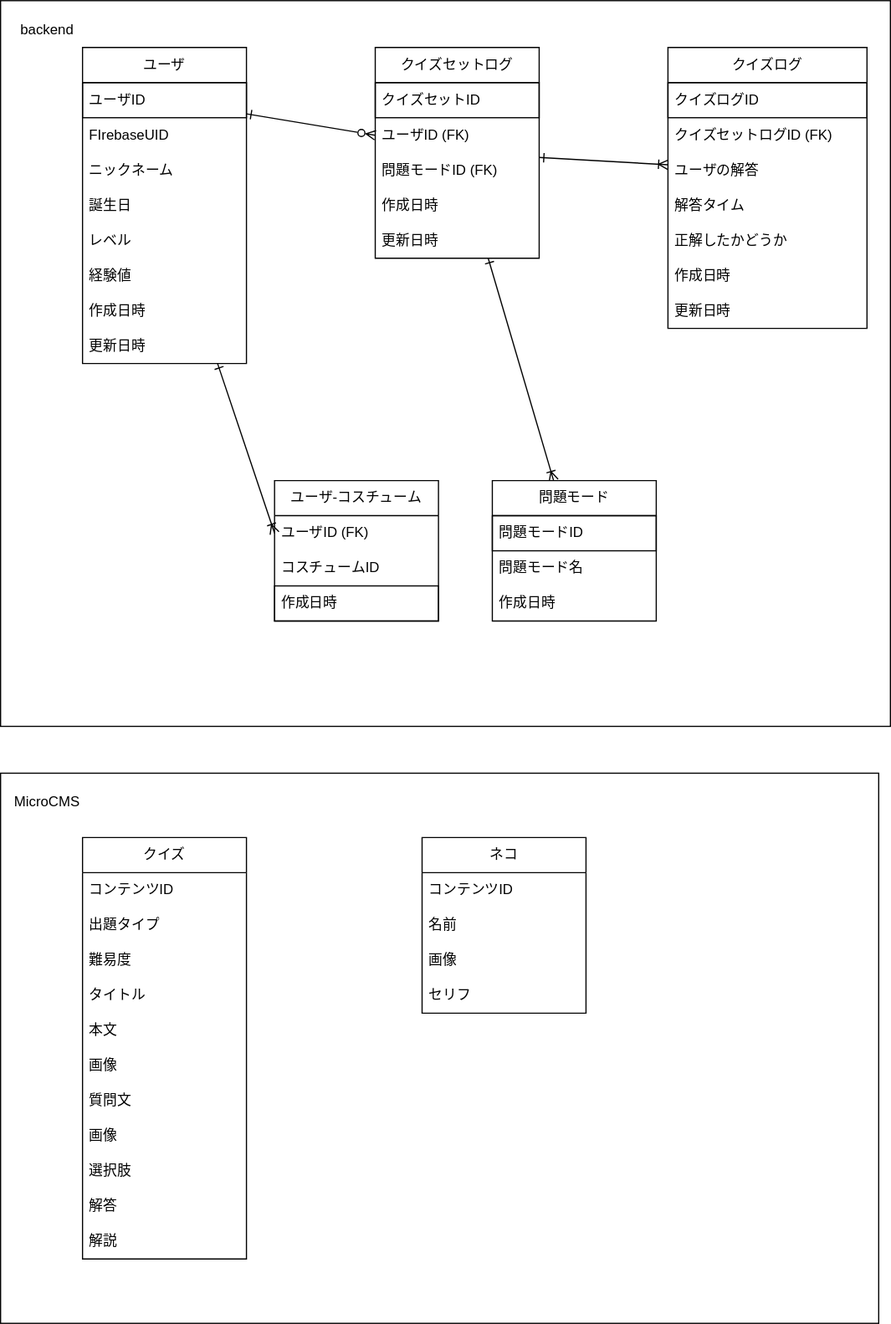
This is docs/db.drawio.svg from kouxi08/Hontokun-backend, a draw.io export, as it was before one commit. Source tidied: cells renumbered, new cells last; positions are measured from the earlier drawing's top-left corner, leaving out a move shared by most shapes.
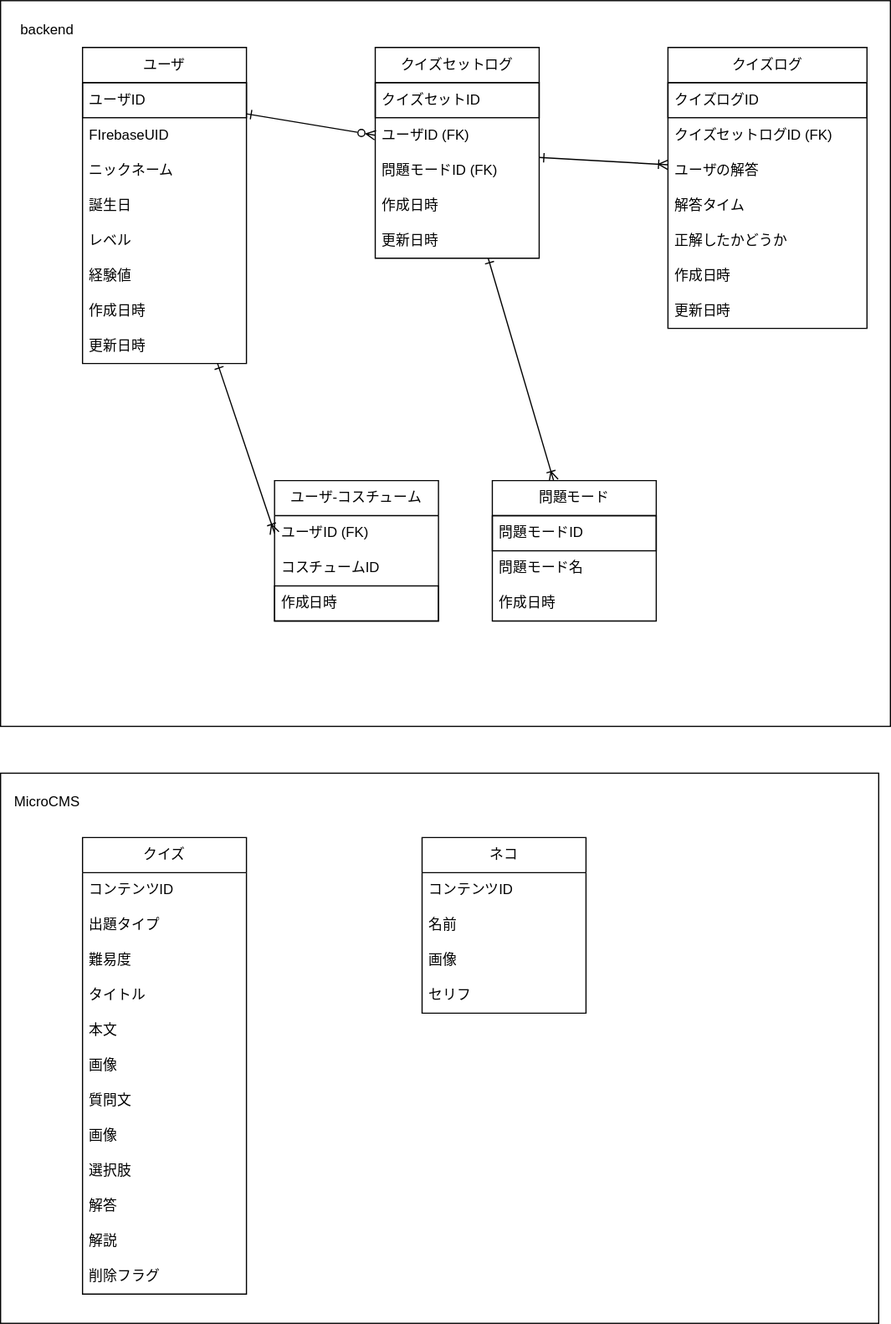
Later version of the same file.

Commit message:
[fix] refs 2 削除フラグ追加する

Diff of the diagram source:
```diff
@@ -101,7 +101,7 @@
       <mxGeometry y="90" width="140" height="30" as="geometry" />
     </mxCell>
     <mxCell id="34" value="クイズ" style="swimlane;fontStyle=0;horizontal=1;startSize=30;whiteSpace=wrap;html=1;" parent="1" vertex="1">
-      <mxGeometry x="70" y="715" width="140" height="360" as="geometry" />
+      <mxGeometry x="70" y="715" width="140" height="390" as="geometry" />
     </mxCell>
     <mxCell id="35" value="コンテンツID" style="text;strokeColor=none;fillColor=none;align=left;verticalAlign=middle;spacingLeft=4;spacingRight=4;overflow=hidden;whiteSpace=wrap;html=1;" parent="34" vertex="1">
       <mxGeometry y="30" width="140" height="30" as="geometry" />
@@ -136,6 +136,9 @@
     <mxCell id="45" value="解説" style="text;strokeColor=none;fillColor=none;align=left;verticalAlign=middle;spacingLeft=4;spacingRight=4;overflow=hidden;whiteSpace=wrap;html=1;" parent="34" vertex="1">
       <mxGeometry y="330" width="140" height="30" as="geometry" />
     </mxCell>
+    <mxCell id="58" value="削除フラグ" style="text;strokeColor=none;fillColor=none;align=left;verticalAlign=middle;spacingLeft=4;spacingRight=4;overflow=hidden;whiteSpace=wrap;html=1;" parent="34" vertex="1">
+      <mxGeometry y="360" width="140" height="30" as="geometry" />
+    </mxCell>
     <mxCell id="46" value="ネコ" style="swimlane;fontStyle=0;horizontal=1;startSize=30;whiteSpace=wrap;html=1;" parent="1" vertex="1">
       <mxGeometry x="360" y="715" width="140" height="150" as="geometry" />
     </mxCell>
```
